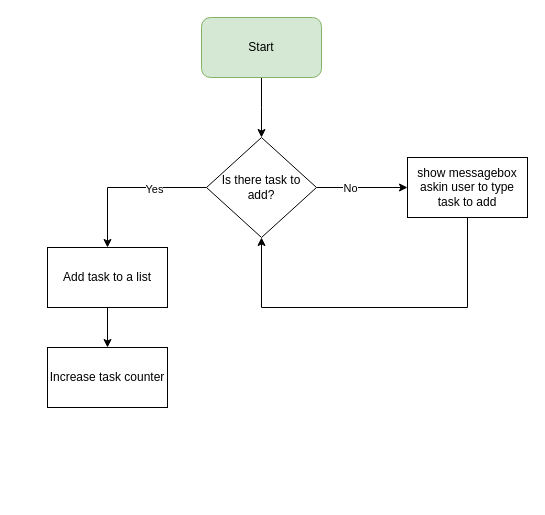
Above: umlam.drawio in VictoriaJ4/VictoriaJ4 (draw.io), before the change. Source tidied: cells renumbered, new cells numbered last; positions are measured from the earlier drawing's top-left corner, leaving out a move shared by most shapes. Both pictures are drawn from the tidied source at 100%, with x=0, y=0 at pixel (47, 17).
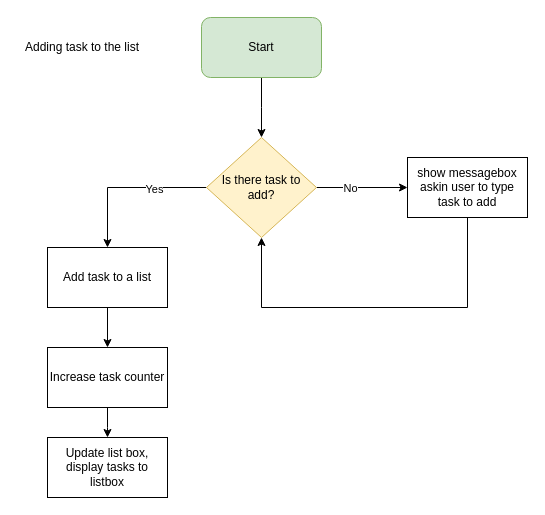
The same page after the edit.

Change to the diagram source:
```diff
@@
 <mxGraphModel>
   <root>
     <mxCell id="0" />
     <mxCell id="1" parent="0" />
     <mxCell id="2" style="edgeStyle=orthogonalEdgeStyle;rounded=0;jettySize=auto;html=1;entryX=0.5;entryY=0;entryDx=0;entryDy=0;" parent="1" edge="1" source="3">
       <mxGeometry relative="1" as="geometry">
         <mxPoint x="214" y="120" as="targetPoint" />
       </mxGeometry>
     </mxCell>
     <mxCell id="3" value="Start" style="rounded=1;whiteSpace=wrap;html=1;fillColor=#d5e8d4;strokeColor=#82b366;" parent="1" vertex="1">
       <mxGeometry x="154" width="120" height="60" as="geometry" />
     </mxCell>
     <mxCell id="4" style="edgeStyle=orthogonalEdgeStyle;rounded=0;jettySize=auto;html=1;" parent="1" edge="1" source="8" target="10">
       <mxGeometry relative="1" as="geometry" />
     </mxCell>
     <mxCell id="5" value="Yes" style="edgeLabel;html=1;align=center;verticalAlign=middle;" parent="4" vertex="1">
       <mxGeometry x="-0.33" y="1" relative="1" as="geometry" />
     </mxCell>
     <mxCell id="6" style="edgeStyle=orthogonalEdgeStyle;rounded=0;jettySize=auto;html=1;entryX=0;entryY=0.5;entryDx=0;entryDy=0;" parent="1" edge="1" source="8" target="13">
       <mxGeometry relative="1" as="geometry" />
     </mxCell>
     <mxCell id="7" value="No" style="edgeLabel;html=1;align=center;verticalAlign=middle;" parent="6" vertex="1">
       <mxGeometry x="-0.28" relative="1" as="geometry" />
     </mxCell>
-    <mxCell id="8" value="Is there task to add?" style="rhombus;whiteSpace=wrap;html=1;" parent="1" vertex="1">
+    <mxCell id="8" value="Is there task to add?" style="rhombus;whiteSpace=wrap;html=1;fillColor=#fff2cc;strokeColor=#d6b656;" parent="1" vertex="1">
       <mxGeometry x="159" y="120" width="110" height="100" as="geometry" />
     </mxCell>
     <mxCell id="9" style="edgeStyle=orthogonalEdgeStyle;rounded=0;jettySize=auto;html=1;" parent="1" edge="1" source="10" target="11">
       <mxGeometry relative="1" as="geometry" />
     </mxCell>
     <mxCell id="10" value="Add task to a list" style="rounded=0;whiteSpace=wrap;html=1;" parent="1" vertex="1">
       <mxGeometry y="230" width="120" height="60" as="geometry" />
     </mxCell>
+    <mxCell id="14" style="edgeStyle=orthogonalEdgeStyle;rounded=0;jettySize=auto;html=1;" parent="1" edge="1" source="11">
+      <mxGeometry relative="1" as="geometry">
+        <mxPoint x="60" y="420" as="targetPoint" />
+      </mxGeometry>
+    </mxCell>
     <mxCell id="11" value="Increase task counter" style="rounded=0;whiteSpace=wrap;html=1;" parent="1" vertex="1">
       <mxGeometry y="330" width="120" height="60" as="geometry" />
     </mxCell>
     <mxCell id="12" style="edgeStyle=orthogonalEdgeStyle;rounded=0;jettySize=auto;html=1;entryX=0.5;entryY=1;entryDx=0;entryDy=0;" parent="1" edge="1" source="13" target="8">
       <mxGeometry relative="1" as="geometry">
         <Array as="points">
           <mxPoint x="420" y="290" />
           <mxPoint x="214" y="290" />
         </Array>
       </mxGeometry>
     </mxCell>
     <mxCell id="13" value="show messagebox askin user to type task to add" style="rounded=0;whiteSpace=wrap;html=1;" parent="1" vertex="1">
       <mxGeometry x="360" y="140" width="120" height="60" as="geometry" />
     </mxCell>
+    <mxCell id="15" value="Update list box, display tasks to listbox" style="rounded=0;whiteSpace=wrap;html=1;" parent="1" vertex="1">
+      <mxGeometry y="420" width="120" height="60" as="geometry" />
+    </mxCell>
+    <mxCell id="16" value="Adding task to the list" style="text;html=1;align=center;verticalAlign=middle;whiteSpace=wrap;rounded=0;" parent="1" vertex="1">
+      <mxGeometry x="-30" y="15" width="130" height="30" as="geometry" />
+    </mxCell>
   </root>
 </mxGraphModel>
```
